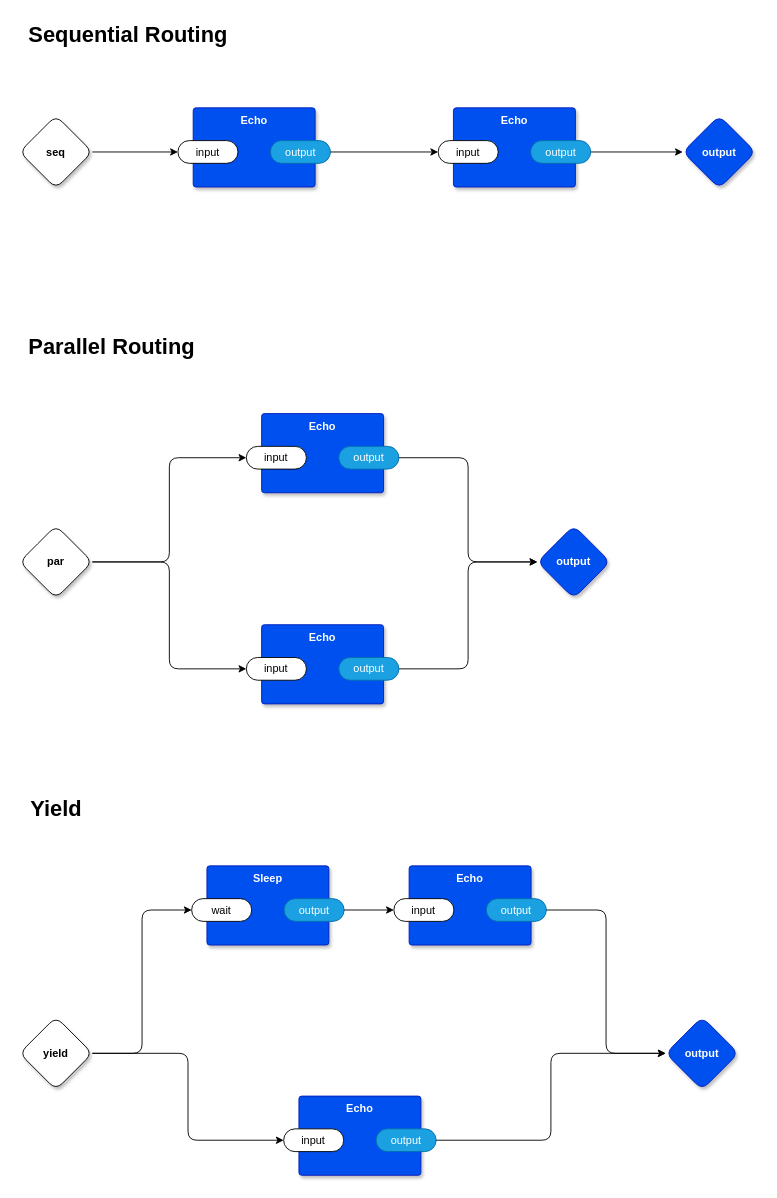
This is example.drawio from guitarvydas/odin0d, a draw.io file, before an edit. Source tidied: cells renumbered, new cells numbered last; positions are measured from the earlier drawing's top-left corner, leaving out a move shared by most shapes. Both pictures are drawn from the tidied source at 91%, with x=0, y=0 at pixel (19, 15).
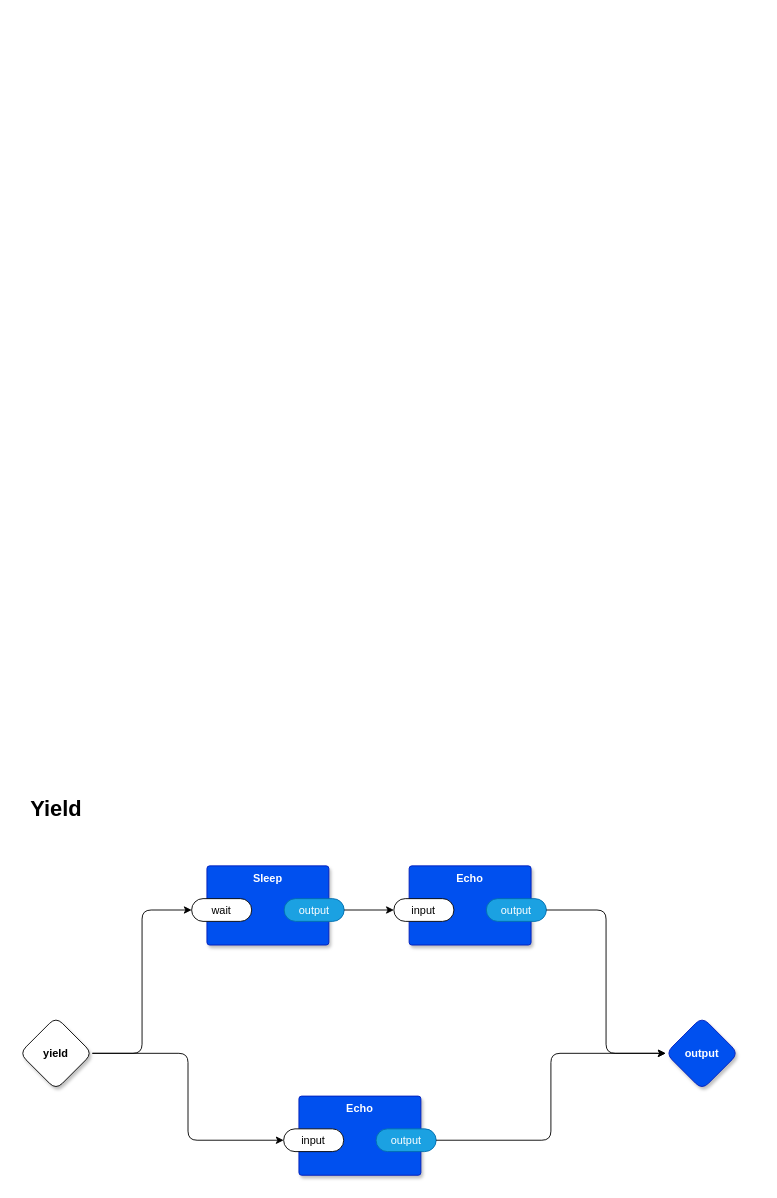
The same page after the edit.

Commit message (it also covers changes not shown here):
vsh working with caveat that "ps aux" be avoided on MacOS

Diff of the diagram source:
```diff
@@
-    <mxCell id="2" style="edgeStyle=orthogonalEdgeStyle;rounded=1;jettySize=auto;html=1;exitX=1;exitY=0.5;exitDx=0;exitDy=0;exitPerimeter=0;entryX=0;entryY=0.5;entryDx=0;entryDy=0;entryPerimeter=0;" parent="1" edge="1" source="4" target="7">
-      <mxGeometry relative="1" as="geometry" />
-    </mxCell>
-    <mxCell id="3" style="edgeStyle=orthogonalEdgeStyle;rounded=1;jettySize=auto;html=1;exitX=1;exitY=0.5;exitDx=0;exitDy=0;exitPerimeter=0;entryX=0;entryY=0.5;entryDx=0;entryDy=0;entryPerimeter=0;" parent="1" edge="1" source="4" target="10">
-      <mxGeometry relative="1" as="geometry" />
-    </mxCell>
-    <mxCell id="4" value="par" style="rhombus;whiteSpace=wrap;html=1;rounded=1;fontStyle=1;glass=0;sketch=0;fontSize=12;points=[[0,0.5,0,0,0],[0.5,0,0,0,0],[0.5,1,0,0,0],[1,0.5,0,0,0]];shadow=1;" parent="1" vertex="1">
-      <mxGeometry y="560" width="80" height="80" as="geometry" />
-    </mxCell>
-    <mxCell id="5" value="output" style="rhombus;whiteSpace=wrap;html=1;rounded=1;fillColor=#0050ef;fontColor=#ffffff;strokeColor=#001DBC;fontStyle=1;glass=0;sketch=0;fontSize=12;points=[[0,0.5,0,0,0],[0.5,0,0,0,0],[0.5,1,0,0,0],[1,0.5,0,0,0]];shadow=1;" parent="1" vertex="1">
-      <mxGeometry x="569" y="560" width="80" height="80" as="geometry" />
-    </mxCell>
-    <mxCell id="6" value="Echo" style="rounded=1;whiteSpace=wrap;html=1;sketch=0;verticalAlign=top;arcSize=6;fontStyle=1;absoluteArcSize=1;shadow=1;strokeColor=#001DBC;fillColor=#0050ef;fontColor=#ffffff;" parent="1" vertex="1">
-      <mxGeometry x="266" y="669" width="134" height="87" as="geometry" />
-    </mxCell>
-    <mxCell id="7" value="input" style="rounded=1;whiteSpace=wrap;html=1;sketch=0;points=[[0,0.5,0,0,0],[1,0.5,0,0,0]];arcSize=50;" parent="6" vertex="1">
-      <mxGeometry x="-16.8" y="36" width="66" height="25" as="geometry" />
-    </mxCell>
-    <mxCell id="8" value="output" style="rounded=1;whiteSpace=wrap;html=1;sketch=0;points=[[0,0.5,0,0,0],[1,0.5,0,0,0]];fillColor=#1ba1e2;fontColor=#ffffff;strokeColor=#006EAF;arcSize=50;" parent="6" vertex="1">
-      <mxGeometry x="84.8" y="36" width="66" height="25" as="geometry" />
-    </mxCell>
-    <mxCell id="9" value="Echo" style="rounded=1;whiteSpace=wrap;html=1;sketch=0;verticalAlign=top;arcSize=6;fontStyle=1;absoluteArcSize=1;shadow=1;strokeColor=#001DBC;fillColor=#0050ef;fontColor=#ffffff;" parent="1" vertex="1">
-      <mxGeometry x="266" y="437" width="134" height="87" as="geometry" />
-    </mxCell>
-    <mxCell id="10" value="input" style="rounded=1;whiteSpace=wrap;html=1;sketch=0;points=[[0,0.5,0,0,0],[1,0.5,0,0,0]];arcSize=50;" parent="9" vertex="1">
-      <mxGeometry x="-16.8" y="36" width="66" height="25" as="geometry" />
-    </mxCell>
-    <mxCell id="11" value="output" style="rounded=1;whiteSpace=wrap;html=1;sketch=0;points=[[0,0.5,0,0,0],[1,0.5,0,0,0]];fillColor=#1ba1e2;fontColor=#ffffff;strokeColor=#006EAF;arcSize=50;" parent="9" vertex="1">
-      <mxGeometry x="84.8" y="36" width="66" height="25" as="geometry" />
-    </mxCell>
-    <mxCell id="12" style="edgeStyle=orthogonalEdgeStyle;rounded=1;jettySize=auto;html=1;exitX=1;exitY=0.5;exitDx=0;exitDy=0;exitPerimeter=0;entryX=0;entryY=0.5;entryDx=0;entryDy=0;entryPerimeter=0;" parent="1" edge="1" source="11" target="5">
-      <mxGeometry relative="1" as="geometry" />
-    </mxCell>
-    <mxCell id="13" style="edgeStyle=orthogonalEdgeStyle;rounded=1;jettySize=auto;html=1;exitX=1;exitY=0.5;exitDx=0;exitDy=0;exitPerimeter=0;entryX=0;entryY=0.5;entryDx=0;entryDy=0;entryPerimeter=0;" parent="1" edge="1" source="8" target="5">
-      <mxGeometry relative="1" as="geometry" />
-    </mxCell>
-    <mxCell id="14" style="edgeStyle=orthogonalEdgeStyle;rounded=1;jettySize=auto;html=1;exitX=1;exitY=0.5;exitDx=0;exitDy=0;exitPerimeter=0;entryX=0;entryY=0.5;entryDx=0;entryDy=0;entryPerimeter=0;" parent="1" edge="1" source="15" target="21">
-      <mxGeometry relative="1" as="geometry" />
-    </mxCell>
-    <mxCell id="15" value="seq" style="rhombus;whiteSpace=wrap;html=1;rounded=1;fontStyle=1;glass=0;sketch=0;fontSize=12;points=[[0,0.5,0,0,0],[0.5,0,0,0,0],[0.5,1,0,0,0],[1,0.5,0,0,0]];shadow=1;" parent="1" vertex="1">
-      <mxGeometry y="109.5" width="80" height="80" as="geometry" />
-    </mxCell>
-    <mxCell id="16" value="output" style="rhombus;whiteSpace=wrap;html=1;rounded=1;fillColor=#0050ef;fontColor=#ffffff;strokeColor=#001DBC;fontStyle=1;glass=0;sketch=0;fontSize=12;points=[[0,0.5,0,0,0],[0.5,0,0,0,0],[0.5,1,0,0,0],[1,0.5,0,0,0]];shadow=1;" parent="1" vertex="1">
-      <mxGeometry x="728.8" y="109.5" width="80" height="80" as="geometry" />
-    </mxCell>
-    <mxCell id="17" value="Echo" style="rounded=1;whiteSpace=wrap;html=1;sketch=0;verticalAlign=top;arcSize=6;fontStyle=1;absoluteArcSize=1;shadow=1;strokeColor=#001DBC;fillColor=#0050ef;fontColor=#ffffff;" parent="1" vertex="1">
-      <mxGeometry x="476.8" y="101" width="134" height="87" as="geometry" />
-    </mxCell>
-    <mxCell id="18" value="input" style="rounded=1;whiteSpace=wrap;html=1;sketch=0;points=[[0,0.5,0,0,0],[1,0.5,0,0,0]];arcSize=50;" parent="17" vertex="1">
-      <mxGeometry x="-16.8" y="36" width="66" height="25" as="geometry" />
-    </mxCell>
-    <mxCell id="19" value="output" style="rounded=1;whiteSpace=wrap;html=1;sketch=0;points=[[0,0.5,0,0,0],[1,0.5,0,0,0]];fillColor=#1ba1e2;fontColor=#ffffff;strokeColor=#006EAF;arcSize=50;" parent="17" vertex="1">
-      <mxGeometry x="84.8" y="36" width="66" height="25" as="geometry" />
-    </mxCell>
-    <mxCell id="20" value="Echo" style="rounded=1;whiteSpace=wrap;html=1;sketch=0;verticalAlign=top;arcSize=6;fontStyle=1;absoluteArcSize=1;shadow=1;strokeColor=#001DBC;fillColor=#0050ef;fontColor=#ffffff;" parent="1" vertex="1">
-      <mxGeometry x="190.8" y="101" width="134" height="87" as="geometry" />
-    </mxCell>
-    <mxCell id="21" value="input" style="rounded=1;whiteSpace=wrap;html=1;sketch=0;points=[[0,0.5,0,0,0],[1,0.5,0,0,0]];arcSize=50;" parent="20" vertex="1">
-      <mxGeometry x="-16.8" y="36" width="66" height="25" as="geometry" />
-    </mxCell>
-    <mxCell id="22" value="output" style="rounded=1;whiteSpace=wrap;html=1;sketch=0;points=[[0,0.5,0,0,0],[1,0.5,0,0,0]];fillColor=#1ba1e2;fontColor=#ffffff;strokeColor=#006EAF;arcSize=50;" parent="20" vertex="1">
-      <mxGeometry x="84.8" y="36" width="66" height="25" as="geometry" />
-    </mxCell>
-    <mxCell id="23" style="edgeStyle=orthogonalEdgeStyle;rounded=1;jettySize=auto;html=1;exitX=1;exitY=0.5;exitDx=0;exitDy=0;exitPerimeter=0;entryX=0;entryY=0.5;entryDx=0;entryDy=0;entryPerimeter=0;" parent="1" edge="1" source="19" target="16">
-      <mxGeometry relative="1" as="geometry" />
-    </mxCell>
-    <mxCell id="24" style="edgeStyle=orthogonalEdgeStyle;rounded=1;jettySize=auto;html=1;exitX=1;exitY=0.5;exitDx=0;exitDy=0;exitPerimeter=0;entryX=0;entryY=0.5;entryDx=0;entryDy=0;entryPerimeter=0;" parent="1" edge="1" source="22" target="18">
-      <mxGeometry relative="1" as="geometry" />
-    </mxCell>
-    <mxCell id="25" value="&lt;b&gt;&lt;font style=&quot;font-size: 24px;&quot;&gt;Sequential Routing&lt;/font&gt;&lt;/b&gt;" style="text;html=1;align=center;verticalAlign=middle;strokeColor=none;fillColor=none;" parent="1" vertex="1">
-      <mxGeometry width="237" height="41" as="geometry" />
-    </mxCell>
-    <mxCell id="26" value="&lt;b&gt;&lt;font style=&quot;font-size: 24px;&quot;&gt;Parallel Routing&lt;/font&gt;&lt;/b&gt;" style="text;html=1;align=center;verticalAlign=middle;strokeColor=none;fillColor=none;" parent="1" vertex="1">
-      <mxGeometry y="343" width="201" height="41" as="geometry" />
-    </mxCell>
```
